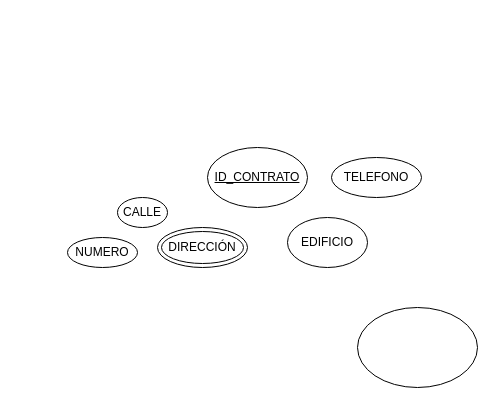
The draw.io diagram Esquema Conseptual ADMIN_GASLP.drawio in Jose-Techno/ADMI_GASLP, before the edit. Source tidied: cells renumbered, new cells numbered last; positions are measured from the earlier drawing's top-left corner, leaving out a move shared by most shapes. Both pictures are drawn from the tidied source at 100%, with x=0, y=0 at pixel (67, 147).
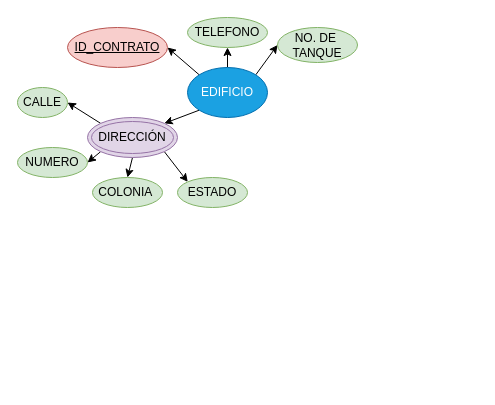
The same diagram, later.

The edit, as a diff of the source:
```diff
@@
 <mxGraphModel>
   <root>
     <mxCell id="0" />
     <mxCell id="1" parent="0" />
+    <mxCell id="9" style="edgeStyle=none;rounded=0;jettySize=auto;html=1;exitX=0;exitY=0;exitDx=0;exitDy=0;entryX=1;entryY=0.5;entryDx=0;entryDy=0;" parent="1" edge="1" source="2" target="3">
+      <mxGeometry relative="1" as="geometry" />
+    </mxCell>
+    <mxCell id="10" style="edgeStyle=none;rounded=0;jettySize=auto;html=1;exitX=0.5;exitY=0;exitDx=0;exitDy=0;entryX=0.5;entryY=1;entryDx=0;entryDy=0;" parent="1" edge="1" source="2" target="4">
+      <mxGeometry relative="1" as="geometry" />
+    </mxCell>
+    <mxCell id="11" style="edgeStyle=none;rounded=0;jettySize=auto;html=1;exitX=1;exitY=0;exitDx=0;exitDy=0;entryX=0;entryY=0.5;entryDx=0;entryDy=0;" parent="1" edge="1" source="2" target="18">
+      <mxGeometry relative="1" as="geometry" />
+    </mxCell>
+    <mxCell id="12" style="edgeStyle=none;rounded=0;jettySize=auto;html=1;exitX=0;exitY=1;exitDx=0;exitDy=0;entryX=1;entryY=0;entryDx=0;entryDy=0;" parent="1" edge="1" source="2" target="5">
+      <mxGeometry relative="1" as="geometry" />
+    </mxCell>
-    <mxCell id="2" value="EDIFICIO" style="ellipse;whiteSpace=wrap;html=1;" parent="1" vertex="1">
-      <mxGeometry x="220" y="70" width="80" height="50" as="geometry" />
+    <mxCell id="2" value="EDIFICIO" style="ellipse;whiteSpace=wrap;html=1;fillColor=#1ba1e2;fontColor=#ffffff;strokeColor=#006EAF;" parent="1" vertex="1">
+      <mxGeometry x="120" y="-80" width="80" height="50" as="geometry" />
     </mxCell>
-    <mxCell id="3" value="&lt;u&gt;ID_CONTRATO&lt;/u&gt;" style="ellipse;whiteSpace=wrap;html=1;" parent="1" vertex="1">
-      <mxGeometry x="140" width="100" height="60" as="geometry" />
+    <mxCell id="3" value="&lt;u&gt;ID_CONTRATO&lt;/u&gt;" style="ellipse;whiteSpace=wrap;html=1;fillColor=#f8cecc;strokeColor=#b85450;" parent="1" vertex="1">
+      <mxGeometry y="-120" width="100" height="40" as="geometry" />
     </mxCell>
-    <mxCell id="4" value="TELEFONO" style="ellipse;whiteSpace=wrap;html=1;" parent="1" vertex="1">
-      <mxGeometry x="264" y="10" width="90" height="40" as="geometry" />
+    <mxCell id="4" value="TELEFONO" style="ellipse;whiteSpace=wrap;html=1;fillColor=#d5e8d4;strokeColor=#82b366;" parent="1" vertex="1">
+      <mxGeometry x="120" y="-130" width="80" height="30" as="geometry" />
     </mxCell>
+    <mxCell id="13" style="edgeStyle=none;rounded=0;jettySize=auto;html=1;exitX=0;exitY=0;exitDx=0;exitDy=0;entryX=1;entryY=0.5;entryDx=0;entryDy=0;" parent="1" edge="1" source="5" target="6">
+      <mxGeometry relative="1" as="geometry" />
+    </mxCell>
+    <mxCell id="14" style="edgeStyle=none;rounded=0;jettySize=auto;html=1;exitX=0.5;exitY=1;exitDx=0;exitDy=0;entryX=0.5;entryY=0;entryDx=0;entryDy=0;" parent="1" edge="1" source="5" target="8">
+      <mxGeometry relative="1" as="geometry" />
+    </mxCell>
+    <mxCell id="15" style="edgeStyle=none;rounded=0;jettySize=auto;html=1;exitX=1;exitY=1;exitDx=0;exitDy=0;entryX=0;entryY=0;entryDx=0;entryDy=0;" parent="1" edge="1" source="5" target="17">
+      <mxGeometry relative="1" as="geometry" />
+    </mxCell>
+    <mxCell id="16" style="edgeStyle=none;rounded=0;jettySize=auto;html=1;exitX=0;exitY=1;exitDx=0;exitDy=0;entryX=1;entryY=0.5;entryDx=0;entryDy=0;" parent="1" edge="1" source="5" target="7">
+      <mxGeometry relative="1" as="geometry" />
+    </mxCell>
-    <mxCell id="5" value="DIRECCIÓN" style="ellipse;shape=doubleEllipse;whiteSpace=wrap;html=1;" parent="1" vertex="1">
-      <mxGeometry x="90" y="80" width="90" height="40" as="geometry" />
+    <mxCell id="5" value="DIRECCIÓN" style="ellipse;shape=doubleEllipse;whiteSpace=wrap;html=1;fillColor=#e1d5e7;strokeColor=#9673a6;" parent="1" vertex="1">
+      <mxGeometry x="20" y="-30" width="90" height="40" as="geometry" />
     </mxCell>
-    <mxCell id="6" value="CALLE" style="ellipse;whiteSpace=wrap;html=1;" parent="1" vertex="1">
-      <mxGeometry x="50" y="50" width="50" height="30" as="geometry" />
+    <mxCell id="6" value="CALLE" style="ellipse;whiteSpace=wrap;html=1;fillColor=#d5e8d4;strokeColor=#82b366;" parent="1" vertex="1">
+      <mxGeometry x="-50" y="-60" width="50" height="30" as="geometry" />
     </mxCell>
-    <mxCell id="7" value="NUMERO" style="ellipse;whiteSpace=wrap;html=1;" parent="1" vertex="1">
-      <mxGeometry y="90" width="70" height="30" as="geometry" />
+    <mxCell id="7" value="NUMERO" style="ellipse;whiteSpace=wrap;html=1;fillColor=#d5e8d4;strokeColor=#82b366;" parent="1" vertex="1">
+      <mxGeometry x="-50" width="70" height="30" as="geometry" />
     </mxCell>
-    <mxCell id="8" style="ellipse;whiteSpace=wrap;html=1;" parent="1" vertex="1">
-      <mxGeometry x="290" y="160" width="120" height="80" as="geometry" />
+    <mxCell id="8" value="COLONIA&amp;nbsp;" style="ellipse;whiteSpace=wrap;html=1;fillColor=#d5e8d4;strokeColor=#82b366;" parent="1" vertex="1">
+      <mxGeometry x="25" y="30" width="70" height="30" as="geometry" />
     </mxCell>
+    <mxCell id="17" value="ESTADO" style="ellipse;whiteSpace=wrap;html=1;fillColor=#d5e8d4;strokeColor=#82b366;" parent="1" vertex="1">
+      <mxGeometry x="110" y="30" width="70" height="30" as="geometry" />
+    </mxCell>
+    <mxCell id="18" value="NO. DE&amp;nbsp;&lt;div&gt;TANQUE&lt;/div&gt;" style="ellipse;whiteSpace=wrap;html=1;fillColor=#d5e8d4;strokeColor=#82b366;" parent="1" vertex="1">
+      <mxGeometry x="210" y="-120" width="80" height="35" as="geometry" />
+    </mxCell>
   </root>
 </mxGraphModel>
```
